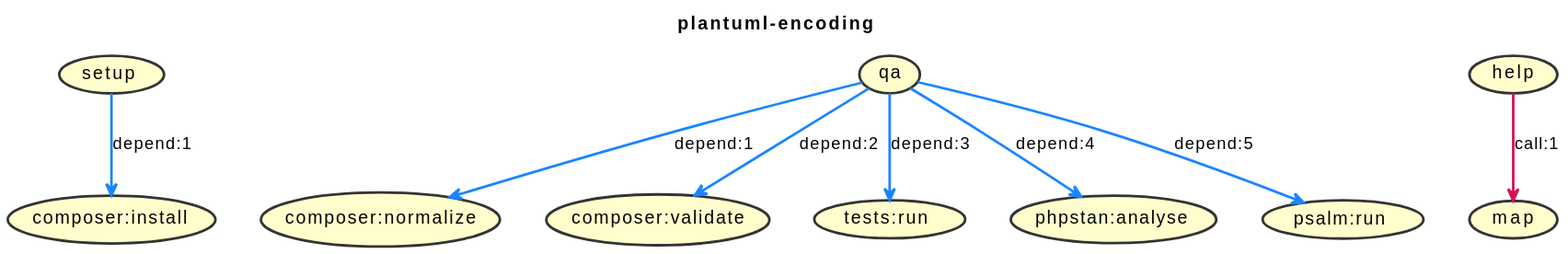
Above: build.svg in jawira/plantuml-encoding (PlantUML), before the change.
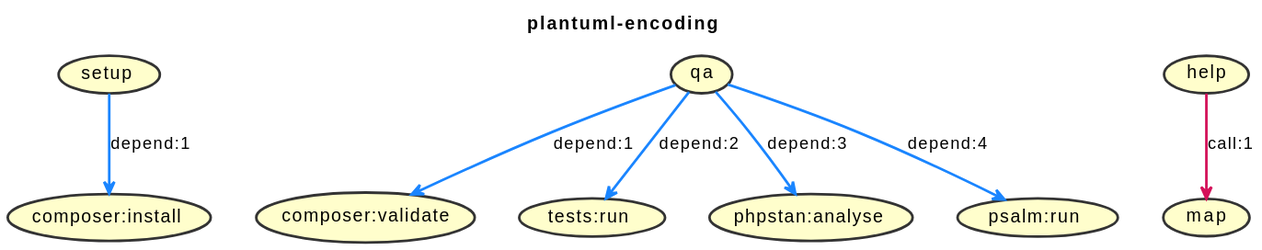
After the commit.

The edit, as a diff of the source:
```diff
@@ -15,17 +15,15 @@
 
 
 (setup) -[#1A85FF]-> (composer:install) : depend:1
-(qa) -[#1A85FF]-> (composer:normalize) : depend:1
-(qa) -[#1A85FF]-> (composer:validate) : depend:2
-(qa) -[#1A85FF]-> (tests:run) : depend:3
-(qa) -[#1A85FF]-> (phpstan:analyse) : depend:4
-(qa) -[#1A85FF]-> (psalm:run) : depend:5
+(qa) -[#1A85FF]-> (composer:validate) : depend:1
+(qa) -[#1A85FF]-> (tests:run) : depend:2
+(qa) -[#1A85FF]-> (phpstan:analyse) : depend:3
+(qa) -[#1A85FF]-> (psalm:run) : depend:4
 (help) -[#D41159]-> (map) : call:1
 (setup)
 (qa)
 (composer:install)
 (composer:validate)
-(composer:normalize)
 (phpstan:analyse)
 (psalm:run)
 (tests:run)
```
